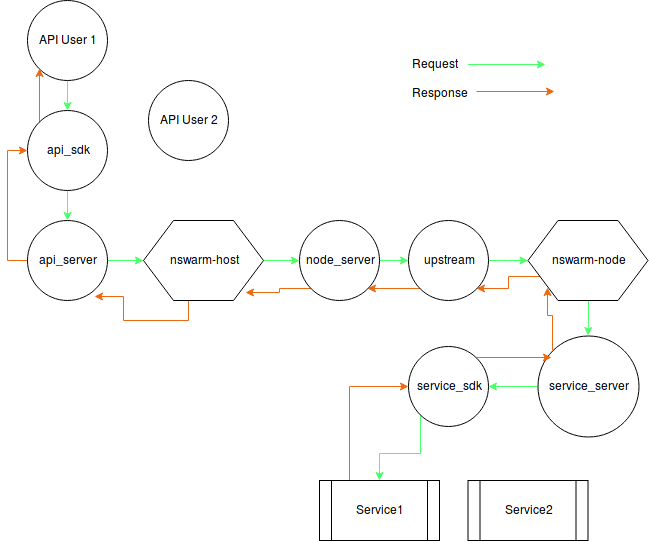
The draw.io diagram doc/networking_components.png in kevr/nswarm, before a commit. Source tidied: cells renumbered, new cells last; positions are measured from the earlier drawing's top-left corner, leaving out a move shared by most shapes.
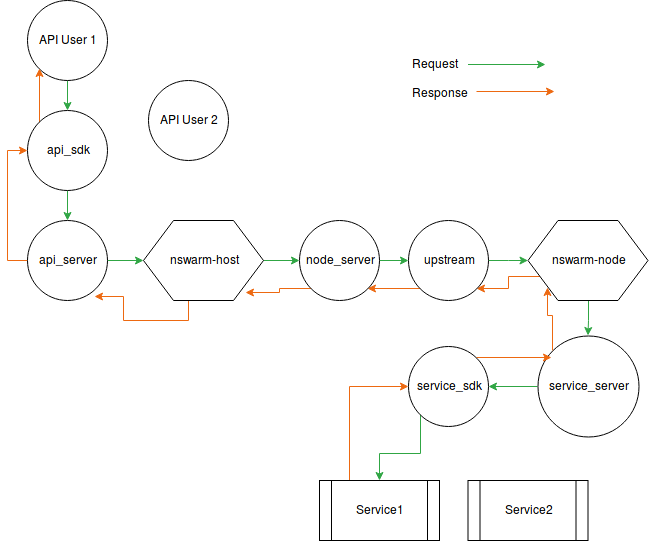
After the change.

Commit message:
update diagram colors

The edit, as a diff of the source:
```diff
@@ -2,7 +2,7 @@
   <root>
     <mxCell id="0" />
     <mxCell id="1" parent="0" />
-    <mxCell id="2" style="edgeStyle=orthogonalEdgeStyle;rounded=0;jettySize=auto;html=1;exitX=1;exitY=0.5;exitDx=0;exitDy=0;entryX=0;entryY=0.5;entryDx=0;entryDy=0;strokeColor=#4AFF68;" parent="1" edge="1" source="4" target="13">
+    <mxCell id="2" style="edgeStyle=orthogonalEdgeStyle;rounded=0;jettySize=auto;html=1;exitX=1;exitY=0.5;exitDx=0;exitDy=0;entryX=0;entryY=0.5;entryDx=0;entryDy=0;strokeColor=#30A644;" parent="1" edge="1" source="4" target="13">
       <mxGeometry relative="1" as="geometry" />
     </mxCell>
     <mxCell id="3" style="edgeStyle=orthogonalEdgeStyle;rounded=0;jettySize=auto;html=1;exitX=0.375;exitY=1;exitDx=0;exitDy=0;entryX=0.838;entryY=0.95;entryDx=0;entryDy=0;entryPerimeter=0;strokeColor=#ED6911;" parent="1" edge="1" source="4" target="16">
@@ -11,7 +11,7 @@
     <mxCell id="4" value="&lt;div&gt;nswarm-host&lt;/div&gt;" style="shape=hexagon;perimeter=hexagonPerimeter2;whiteSpace=wrap;html=1;" parent="1" vertex="1">
       <mxGeometry x="116" y="220" width="120" height="80" as="geometry" />
     </mxCell>
-    <mxCell id="5" style="edgeStyle=orthogonalEdgeStyle;rounded=0;jettySize=auto;html=1;exitX=0.5;exitY=1;exitDx=0;exitDy=0;strokeColor=#4AFF68;" parent="1" edge="1" source="7" target="19">
+    <mxCell id="5" style="edgeStyle=orthogonalEdgeStyle;rounded=0;jettySize=auto;html=1;exitX=0.5;exitY=1;exitDx=0;exitDy=0;strokeColor=#30A644;" parent="1" edge="1" source="7" target="19">
       <mxGeometry relative="1" as="geometry" />
     </mxCell>
     <mxCell id="6" style="edgeStyle=orthogonalEdgeStyle;rounded=0;jettySize=auto;html=1;exitX=0;exitY=0.75;exitDx=0;exitDy=0;entryX=1;entryY=1;entryDx=0;entryDy=0;strokeColor=#ED6911;" parent="1" edge="1" source="7" target="10">
@@ -20,7 +20,7 @@
     <mxCell id="7" value="nswarm-node" style="shape=hexagon;perimeter=hexagonPerimeter2;whiteSpace=wrap;html=1;" parent="1" vertex="1">
       <mxGeometry x="500.5" y="220" width="120" height="80" as="geometry" />
     </mxCell>
-    <mxCell id="8" style="edgeStyle=orthogonalEdgeStyle;rounded=0;jettySize=auto;html=1;exitX=1;exitY=0.5;exitDx=0;exitDy=0;strokeColor=#4AFF68;" parent="1" edge="1" source="10" target="7">
+    <mxCell id="8" style="edgeStyle=orthogonalEdgeStyle;rounded=0;jettySize=auto;html=1;exitX=1;exitY=0.5;exitDx=0;exitDy=0;strokeColor=#30A644;" parent="1" edge="1" source="10" target="7">
       <mxGeometry relative="1" as="geometry" />
     </mxCell>
     <mxCell id="9" style="edgeStyle=orthogonalEdgeStyle;rounded=0;jettySize=auto;html=1;exitX=0;exitY=1;exitDx=0;exitDy=0;entryX=1;entryY=1;entryDx=0;entryDy=0;strokeColor=#ED6911;" parent="1" edge="1" source="10" target="13">
@@ -29,7 +29,7 @@
     <mxCell id="10" value="&lt;div&gt;upstream&lt;/div&gt;" style="ellipse;whiteSpace=wrap;html=1;" parent="1" vertex="1">
       <mxGeometry x="381" y="220" width="80" height="80" as="geometry" />
     </mxCell>
-    <mxCell id="11" style="edgeStyle=orthogonalEdgeStyle;rounded=0;jettySize=auto;html=1;exitX=1;exitY=0.5;exitDx=0;exitDy=0;entryX=0;entryY=0.5;entryDx=0;entryDy=0;strokeColor=#4AFF68;" parent="1" edge="1" source="13" target="10">
+    <mxCell id="11" style="edgeStyle=orthogonalEdgeStyle;rounded=0;jettySize=auto;html=1;exitX=1;exitY=0.5;exitDx=0;exitDy=0;entryX=0;entryY=0.5;entryDx=0;entryDy=0;strokeColor=#30A644;" parent="1" edge="1" source="13" target="10">
       <mxGeometry relative="1" as="geometry" />
     </mxCell>
     <mxCell id="12" style="edgeStyle=orthogonalEdgeStyle;rounded=0;jettySize=auto;html=1;exitX=0;exitY=1;exitDx=0;exitDy=0;entryX=0.85;entryY=0.9;entryDx=0;entryDy=0;entryPerimeter=0;strokeColor=#ED6911;" parent="1" edge="1" source="13" target="4">
@@ -38,7 +38,7 @@
     <mxCell id="13" value="node_server" style="ellipse;whiteSpace=wrap;html=1;" parent="1" vertex="1">
       <mxGeometry x="272" y="220" width="80" height="80" as="geometry" />
     </mxCell>
-    <mxCell id="14" style="edgeStyle=orthogonalEdgeStyle;rounded=0;jettySize=auto;html=1;exitX=1;exitY=0.5;exitDx=0;exitDy=0;entryX=0;entryY=0.5;entryDx=0;entryDy=0;strokeColor=#4AFF68;" parent="1" edge="1" source="16" target="4">
+    <mxCell id="14" style="edgeStyle=orthogonalEdgeStyle;rounded=0;jettySize=auto;html=1;exitX=1;exitY=0.5;exitDx=0;exitDy=0;entryX=0;entryY=0.5;entryDx=0;entryDy=0;strokeColor=#30A644;" parent="1" edge="1" source="16" target="4">
       <mxGeometry relative="1" as="geometry" />
     </mxCell>
     <mxCell id="15" style="edgeStyle=orthogonalEdgeStyle;rounded=0;jettySize=auto;html=1;exitX=0;exitY=0.5;exitDx=0;exitDy=0;entryX=0;entryY=0.5;entryDx=0;entryDy=0;fillColor=#FF7112;strokeColor=#ED6911;" parent="1" edge="1" source="16" target="27">
@@ -47,7 +47,7 @@
     <mxCell id="16" value="api_server" style="ellipse;whiteSpace=wrap;html=1;" parent="1" vertex="1">
       <mxGeometry y="220" width="80" height="80" as="geometry" />
     </mxCell>
-    <mxCell id="17" style="edgeStyle=orthogonalEdgeStyle;rounded=0;jettySize=auto;html=1;exitX=0;exitY=0.5;exitDx=0;exitDy=0;entryX=1;entryY=0.5;entryDx=0;entryDy=0;strokeColor=#4AFF68;" parent="1" edge="1" source="19" target="31">
+    <mxCell id="17" style="edgeStyle=orthogonalEdgeStyle;rounded=0;jettySize=auto;html=1;exitX=0;exitY=0.5;exitDx=0;exitDy=0;entryX=1;entryY=0.5;entryDx=0;entryDy=0;strokeColor=#30A644;" parent="1" edge="1" source="19" target="31">
       <mxGeometry relative="1" as="geometry" />
     </mxCell>
     <mxCell id="18" style="edgeStyle=orthogonalEdgeStyle;rounded=0;jettySize=auto;html=1;exitX=0;exitY=0;exitDx=0;exitDy=0;entryX=0.163;entryY=0.838;entryDx=0;entryDy=0;entryPerimeter=0;strokeColor=#ED6911;" parent="1" edge="1" source="19" target="7">
@@ -65,13 +65,13 @@
     <mxCell id="22" value="Service2" style="shape=process;whiteSpace=wrap;html=1;backgroundOutline=1;" parent="1" vertex="1">
       <mxGeometry x="440.5" y="480" width="120" height="60" as="geometry" />
     </mxCell>
-    <mxCell id="23" style="edgeStyle=orthogonalEdgeStyle;rounded=0;jettySize=auto;html=1;entryX=0.5;entryY=0;entryDx=0;entryDy=0;strokeColor=#4AFF68;" parent="1" edge="1" source="24" target="27">
+    <mxCell id="23" style="edgeStyle=orthogonalEdgeStyle;rounded=0;jettySize=auto;html=1;entryX=0.5;entryY=0;entryDx=0;entryDy=0;strokeColor=#30A644;" parent="1" edge="1" source="24" target="27">
       <mxGeometry relative="1" as="geometry" />
     </mxCell>
     <mxCell id="24" value="API User 1" style="ellipse;whiteSpace=wrap;html=1;" parent="1" vertex="1">
       <mxGeometry width="80" height="80" as="geometry" />
     </mxCell>
-    <mxCell id="25" style="edgeStyle=orthogonalEdgeStyle;rounded=0;jettySize=auto;html=1;exitX=0.5;exitY=1;exitDx=0;exitDy=0;strokeColor=#4AFF68;" parent="1" edge="1" source="27" target="16">
+    <mxCell id="25" style="edgeStyle=orthogonalEdgeStyle;rounded=0;jettySize=auto;html=1;exitX=0.5;exitY=1;exitDx=0;exitDy=0;strokeColor=#30A644;" parent="1" edge="1" source="27" target="16">
       <mxGeometry relative="1" as="geometry" />
     </mxCell>
     <mxCell id="26" style="edgeStyle=orthogonalEdgeStyle;rounded=0;jettySize=auto;html=1;exitX=0;exitY=0;exitDx=0;exitDy=0;entryX=0;entryY=1;entryDx=0;entryDy=0;strokeColor=#ED6911;" parent="1" edge="1" source="27" target="24">
@@ -83,7 +83,7 @@
     <mxCell id="28" value="API User 2" style="ellipse;whiteSpace=wrap;html=1;" parent="1" vertex="1">
       <mxGeometry x="121" y="80" width="80" height="80" as="geometry" />
     </mxCell>
-    <mxCell id="29" style="edgeStyle=orthogonalEdgeStyle;rounded=0;jettySize=auto;html=1;exitX=0;exitY=1;exitDx=0;exitDy=0;entryX=0.5;entryY=0;entryDx=0;entryDy=0;strokeColor=#4AFF68;" parent="1" edge="1" source="31" target="21">
+    <mxCell id="29" style="edgeStyle=orthogonalEdgeStyle;rounded=0;jettySize=auto;html=1;exitX=0;exitY=1;exitDx=0;exitDy=0;entryX=0.5;entryY=0;entryDx=0;entryDy=0;strokeColor=#30A644;" parent="1" edge="1" source="31" target="21">
       <mxGeometry relative="1" as="geometry" />
     </mxCell>
     <mxCell id="30" style="edgeStyle=orthogonalEdgeStyle;rounded=0;jettySize=auto;html=1;exitX=1;exitY=0;exitDx=0;exitDy=0;strokeColor=#ED6911;" parent="1" edge="1" source="31">
@@ -103,7 +103,7 @@
     <mxCell id="33" value="&lt;div&gt;Request&lt;/div&gt;&lt;div&gt;&lt;br&gt;&lt;/div&gt;&lt;div&gt;Response&lt;br&gt;&lt;/div&gt;" style="text;html=1;align=left;verticalAlign=top;spacingTop=-4;" parent="1" vertex="1">
       <mxGeometry x="383" y="55" width="66" height="42" as="geometry" />
     </mxCell>
-    <mxCell id="34" style="endArrow=classic;html=1;strokeColor=#4AFF68;fillColor=#FF7112;" parent="1" edge="1">
+    <mxCell id="34" style="endArrow=classic;html=1;strokeColor=#30A644;fillColor=#FF7112;" parent="1" edge="1">
       <mxGeometry relative="1" as="geometry">
         <mxPoint x="440.5" y="64" as="sourcePoint" />
         <mxPoint x="518" y="64" as="targetPoint" />
```
